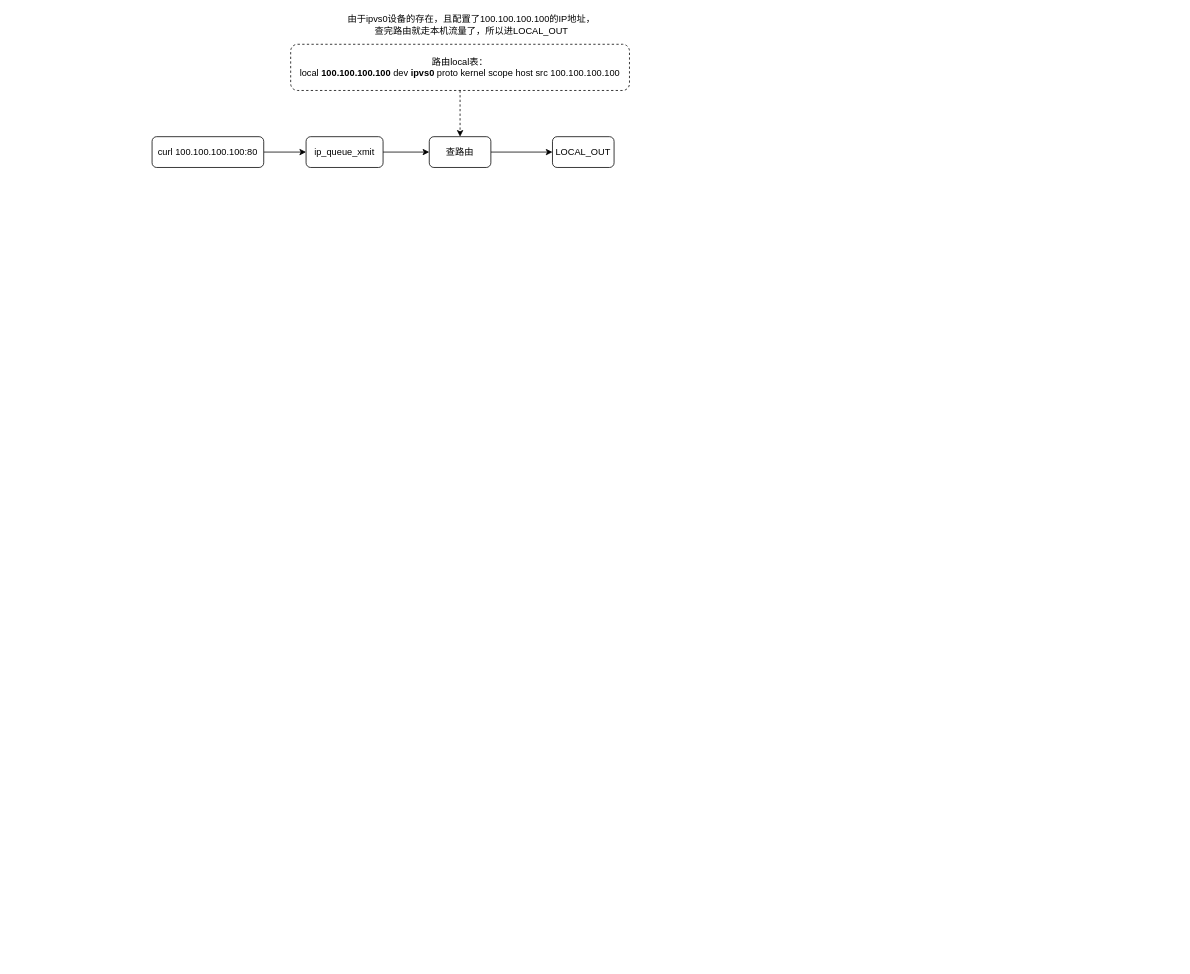
Earlier version of the draw.io diagram page "ipvs-test-skbpath" (3 of 3) of loadbalance.drawio (Richard-Joe/draw-io). Source tidied: cells renumbered, new cells numbered last; positions are measured from the earlier drawing's top-left corner, leaving out a move shared by most shapes. Both pictures are drawn from the tidied source at 77%, with x=0, y=0 at pixel (152, 13).
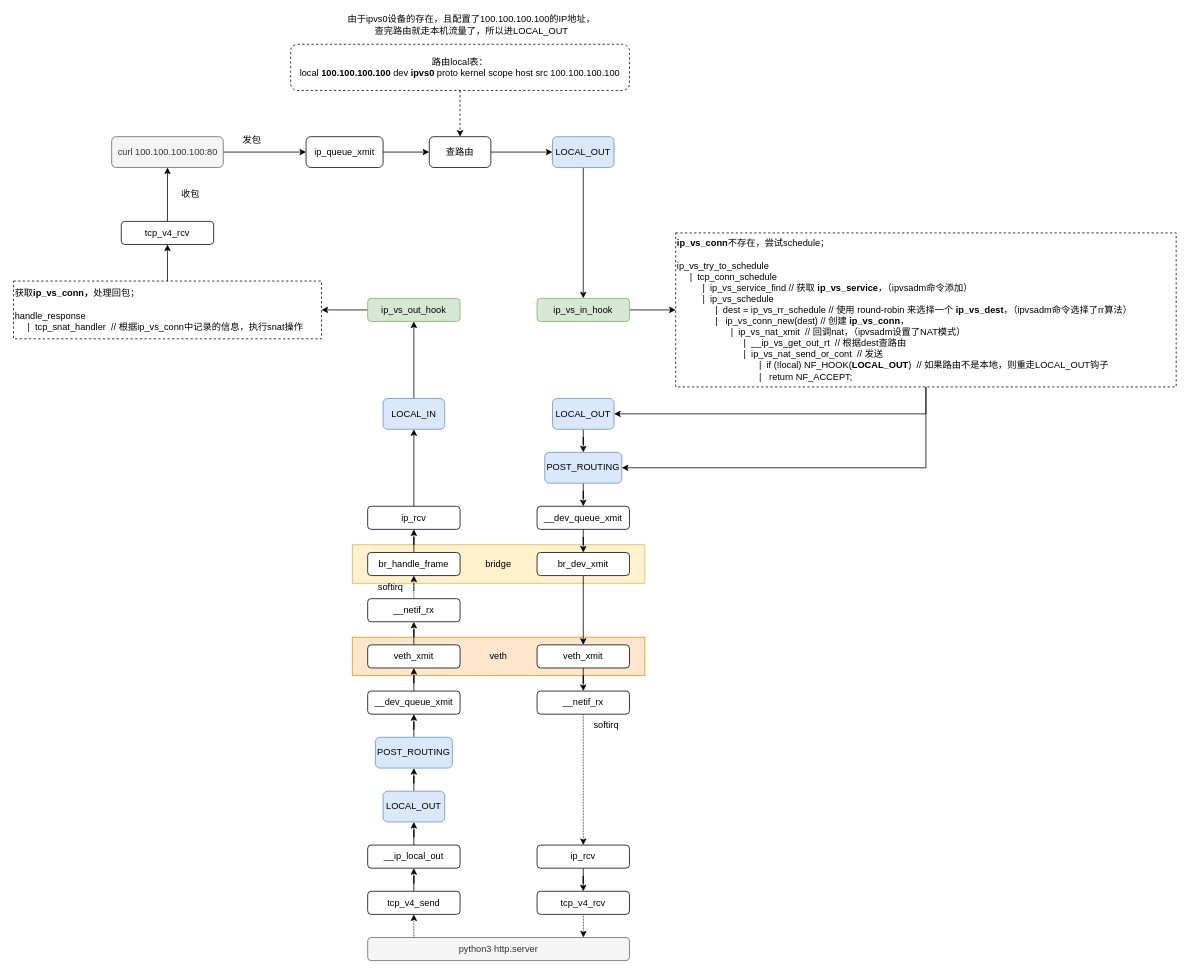
The same diagram, later.

Change to the diagram source:
```diff
@@
+    <mxCell id="12" value="veth" style="text;html=1;strokeColor=#d79b00;fillColor=#ffe6cc;align=center;verticalAlign=middle;whiteSpace=wrap;rounded=0;" parent="1" vertex="1">
+      <mxGeometry x="260" y="810" width="380" height="50" as="geometry" />
+    </mxCell>
+    <mxCell id="13" value="bridge" style="text;html=1;strokeColor=#d6b656;fillColor=#fff2cc;align=center;verticalAlign=middle;whiteSpace=wrap;rounded=0;" parent="1" vertex="1">
+      <mxGeometry x="260" y="690" width="380" height="50" as="geometry" />
+    </mxCell>
@@
-    <mxCell id="3" value="curl 100.100.100.100:80" style="rounded=1;whiteSpace=wrap;html=1;" parent="1" vertex="1">
-      <mxGeometry y="160" width="145" height="40" as="geometry" />
+    <mxCell id="3" value="curl 100.100.100.100:80" style="rounded=1;whiteSpace=wrap;html=1;fillColor=#f5f5f5;fontColor=#333333;strokeColor=#666666;" parent="1" vertex="1">
+      <mxGeometry x="-52.5" y="160" width="145" height="40" as="geometry" />
     </mxCell>
@@
+    <mxCell id="14" style="edgeStyle=orthogonalEdgeStyle;rounded=0;jettySize=auto;html=1;" parent="1" edge="1" source="8" target="16">
+      <mxGeometry relative="1" as="geometry" />
+    </mxCell>
-    <mxCell id="8" value="LOCAL_OUT" style="rounded=1;whiteSpace=wrap;html=1;" parent="1" vertex="1">
+    <mxCell id="8" value="LOCAL_OUT" style="rounded=1;whiteSpace=wrap;html=1;fillColor=#dae8fc;strokeColor=#6c8ebf;" parent="1" vertex="1">
       <mxGeometry x="520" y="160" width="80" height="40" as="geometry" />
     </mxCell>
@@
+    <mxCell id="15" style="edgeStyle=orthogonalEdgeStyle;rounded=0;jettySize=auto;html=1;startArrow=none;startFill=0;" parent="1" edge="1" source="16" target="18">
+      <mxGeometry relative="1" as="geometry" />
+    </mxCell>
+    <mxCell id="16" value="ip_vs_in_hook" style="rounded=1;whiteSpace=wrap;html=1;fillColor=#d5e8d4;strokeColor=#82b366;" parent="1" vertex="1">
+      <mxGeometry x="500" y="370" width="120" height="30" as="geometry" />
+    </mxCell>
+    <mxCell id="17" style="edgeStyle=orthogonalEdgeStyle;rounded=0;jettySize=auto;html=1;entryX=1;entryY=0.5;entryDx=0;entryDy=0;" parent="1" edge="1" source="18" target="20">
+      <mxGeometry relative="1" as="geometry">
+        <Array as="points">
+          <mxPoint x="1005" y="520" />
+        </Array>
+      </mxGeometry>
+    </mxCell>
+    <mxCell id="18" value="&lt;b&gt;ip_vs_conn&lt;/b&gt;不存在，尝试schedule；&lt;br&gt;&lt;br&gt;ip_vs_try_to_schedule&lt;br&gt;&amp;nbsp; &amp;nbsp; &amp;nbsp;|&amp;nbsp; tcp_conn_schedule&lt;br&gt;&amp;nbsp; &amp;nbsp; &amp;nbsp; &amp;nbsp; &amp;nbsp; |&amp;nbsp;&amp;nbsp;ip_vs_service_find // 获取 &lt;b&gt;ip_vs_service&lt;/b&gt;，（ipvsadm命令添加）&lt;br&gt;&amp;nbsp; &amp;nbsp; &amp;nbsp; &amp;nbsp; &amp;nbsp; |&amp;nbsp;&amp;nbsp;ip_vs_schedule&lt;br&gt;&amp;nbsp; &amp;nbsp; &amp;nbsp; &amp;nbsp; &amp;nbsp; &amp;nbsp; &amp;nbsp; &amp;nbsp;|&amp;nbsp; dest = ip_vs_rr_schedule // 使用 round-robin 来选择一个 &lt;b&gt;ip_vs_dest&lt;/b&gt;，（ipvsadm命令选择了rr算法）&lt;br&gt;&amp;nbsp; &amp;nbsp; &amp;nbsp; &amp;nbsp; &amp;nbsp; &amp;nbsp; &amp;nbsp; &amp;nbsp;|&amp;nbsp; &amp;nbsp;ip_vs_conn_new(dest) // 创建 &lt;b&gt;ip_vs_conn&lt;/b&gt;，&lt;br&gt;&amp;nbsp; &amp;nbsp; &amp;nbsp; &amp;nbsp; &amp;nbsp; &amp;nbsp; &amp;nbsp; &amp;nbsp; &amp;nbsp; &amp;nbsp; &amp;nbsp;|&amp;nbsp;&amp;nbsp;ip_vs_nat_xmit&amp;nbsp; // 回调nat，（ipvsadm设置了NAT模式）&lt;br&gt;&amp;nbsp; &amp;nbsp; &amp;nbsp; &amp;nbsp; &amp;nbsp; &amp;nbsp; &amp;nbsp; &amp;nbsp; &amp;nbsp; &amp;nbsp; &amp;nbsp; &amp;nbsp; &amp;nbsp; |&amp;nbsp;&amp;nbsp;__ip_vs_get_out_rt&amp;nbsp; // 根据dest查路由&lt;br&gt;&amp;nbsp; &amp;nbsp; &amp;nbsp; &amp;nbsp; &amp;nbsp; &amp;nbsp; &amp;nbsp; &amp;nbsp; &amp;nbsp; &amp;nbsp; &amp;nbsp; &amp;nbsp; &amp;nbsp; |&amp;nbsp;&amp;nbsp;ip_vs_nat_send_or_cont&amp;nbsp; // 发送&lt;br&gt;&amp;nbsp; &amp;nbsp; &amp;nbsp; &amp;nbsp; &amp;nbsp; &amp;nbsp; &amp;nbsp; &amp;nbsp; &amp;nbsp; &amp;nbsp; &amp;nbsp; &amp;nbsp; &amp;nbsp; &amp;nbsp; &amp;nbsp; &amp;nbsp; |&amp;nbsp; if (!local) NF_HOOK(&lt;b&gt;LOCAL_OUT&lt;/b&gt;)&amp;nbsp; // 如果路由不是本地，则重走LOCAL_OUT钩子&lt;br&gt;&amp;nbsp; &amp;nbsp; &amp;nbsp; &amp;nbsp; &amp;nbsp; &amp;nbsp; &amp;nbsp; &amp;nbsp; &amp;nbsp; &amp;nbsp; &amp;nbsp; &amp;nbsp; &amp;nbsp; &amp;nbsp; &amp;nbsp; &amp;nbsp; |&amp;nbsp; &amp;nbsp;return NF_ACCEPT;" style="rounded=0;whiteSpace=wrap;html=1;align=left;dashed=1;" parent="1" vertex="1">
+      <mxGeometry x="680" y="285" width="650" height="200" as="geometry" />
+    </mxCell>
+    <mxCell id="19" style="edgeStyle=orthogonalEdgeStyle;rounded=0;jettySize=auto;html=1;" parent="1" edge="1" source="20" target="22">
+      <mxGeometry relative="1" as="geometry" />
+    </mxCell>
+    <mxCell id="20" value="LOCAL_OUT" style="rounded=1;whiteSpace=wrap;html=1;fillColor=#dae8fc;strokeColor=#6c8ebf;" parent="1" vertex="1">
+      <mxGeometry x="520" y="500" width="80" height="40" as="geometry" />
+    </mxCell>
+    <mxCell id="21" style="edgeStyle=orthogonalEdgeStyle;rounded=0;jettySize=auto;html=1;" parent="1" edge="1" source="22" target="24">
+      <mxGeometry relative="1" as="geometry" />
+    </mxCell>
+    <mxCell id="22" value="POST_ROUTING" style="rounded=1;whiteSpace=wrap;html=1;fillColor=#dae8fc;strokeColor=#6c8ebf;" parent="1" vertex="1">
+      <mxGeometry x="510" y="570" width="100" height="40" as="geometry" />
+    </mxCell>
+    <mxCell id="23" style="edgeStyle=orthogonalEdgeStyle;rounded=0;jettySize=auto;html=1;" parent="1" edge="1" source="24" target="26">
+      <mxGeometry relative="1" as="geometry" />
+    </mxCell>
+    <mxCell id="24" value="__dev_queue_xmit" style="rounded=1;whiteSpace=wrap;html=1;" parent="1" vertex="1">
+      <mxGeometry x="500" y="640" width="120" height="30" as="geometry" />
+    </mxCell>
+    <mxCell id="25" style="edgeStyle=orthogonalEdgeStyle;rounded=0;jettySize=auto;html=1;" parent="1" edge="1" source="26" target="29">
+      <mxGeometry relative="1" as="geometry" />
+    </mxCell>
+    <mxCell id="26" value="br_dev_xmit" style="rounded=1;whiteSpace=wrap;html=1;" parent="1" vertex="1">
+      <mxGeometry x="500" y="700" width="120" height="30" as="geometry" />
+    </mxCell>
+    <mxCell id="27" style="edgeStyle=orthogonalEdgeStyle;rounded=0;jettySize=auto;html=1;entryX=1;entryY=0.5;entryDx=0;entryDy=0;exitX=0.5;exitY=1;exitDx=0;exitDy=0;" parent="1" edge="1" source="18" target="22">
+      <mxGeometry relative="1" as="geometry">
+        <Array as="points">
+          <mxPoint x="1005" y="590" />
+        </Array>
+      </mxGeometry>
+    </mxCell>
+    <mxCell id="28" style="edgeStyle=orthogonalEdgeStyle;rounded=0;jettySize=auto;html=1;" parent="1" edge="1" source="29" target="31">
+      <mxGeometry relative="1" as="geometry" />
+    </mxCell>
+    <mxCell id="29" value="veth_xmit" style="rounded=1;whiteSpace=wrap;html=1;" parent="1" vertex="1">
+      <mxGeometry x="500" y="820" width="120" height="30" as="geometry" />
+    </mxCell>
+    <mxCell id="30" style="edgeStyle=orthogonalEdgeStyle;rounded=0;jettySize=auto;html=1;dashed=1;dashPattern=1 1;" parent="1" edge="1" source="31" target="33">
+      <mxGeometry relative="1" as="geometry" />
+    </mxCell>
+    <mxCell id="31" value="__netif_rx" style="rounded=1;whiteSpace=wrap;html=1;" parent="1" vertex="1">
+      <mxGeometry x="500" y="880" width="120" height="30" as="geometry" />
+    </mxCell>
+    <mxCell id="32" style="edgeStyle=orthogonalEdgeStyle;rounded=0;jettySize=auto;html=1;" parent="1" edge="1" source="33" target="36">
+      <mxGeometry relative="1" as="geometry" />
+    </mxCell>
+    <mxCell id="33" value="ip_rcv" style="rounded=1;whiteSpace=wrap;html=1;" parent="1" vertex="1">
+      <mxGeometry x="500" y="1080" width="120" height="30" as="geometry" />
+    </mxCell>
+    <mxCell id="34" value="softirq" style="text;html=1;strokeColor=none;fillColor=none;align=center;verticalAlign=middle;whiteSpace=wrap;rounded=0;" parent="1" vertex="1">
+      <mxGeometry x="560" y="910" width="60" height="30" as="geometry" />
+    </mxCell>
+    <mxCell id="35" style="edgeStyle=orthogonalEdgeStyle;rounded=0;jettySize=auto;html=1;dashed=1;dashPattern=1 1;entryX=0.824;entryY=0;entryDx=0;entryDy=0;entryPerimeter=0;" parent="1" edge="1" source="36" target="37">
+      <mxGeometry relative="1" as="geometry">
+        <Array as="points">
+          <mxPoint x="560" y="1200" />
+          <mxPoint x="560" y="1200" />
+        </Array>
+      </mxGeometry>
+    </mxCell>
+    <mxCell id="36" value="tcp_v4_rcv" style="rounded=1;whiteSpace=wrap;html=1;" parent="1" vertex="1">
+      <mxGeometry x="500" y="1140" width="120" height="30" as="geometry" />
+    </mxCell>
+    <mxCell id="37" value="python3 http.server" style="rounded=1;whiteSpace=wrap;html=1;fillColor=#f5f5f5;fontColor=#333333;strokeColor=#666666;" parent="1" vertex="1">
+      <mxGeometry x="280" y="1200" width="340" height="30" as="geometry" />
+    </mxCell>
+    <mxCell id="38" style="edgeStyle=orthogonalEdgeStyle;rounded=0;jettySize=auto;html=1;" parent="1" edge="1" source="39" target="41">
+      <mxGeometry relative="1" as="geometry" />
+    </mxCell>
+    <mxCell id="39" value="tcp_v4_send" style="rounded=1;whiteSpace=wrap;html=1;" parent="1" vertex="1">
+      <mxGeometry x="280" y="1140" width="120" height="30" as="geometry" />
+    </mxCell>
+    <mxCell id="40" style="edgeStyle=orthogonalEdgeStyle;rounded=0;jettySize=auto;html=1;" parent="1" edge="1" source="41" target="43">
+      <mxGeometry relative="1" as="geometry" />
+    </mxCell>
+    <mxCell id="41" value="__ip_local_out" style="rounded=1;whiteSpace=wrap;html=1;" parent="1" vertex="1">
+      <mxGeometry x="280" y="1080" width="120" height="30" as="geometry" />
+    </mxCell>
+    <mxCell id="42" style="edgeStyle=orthogonalEdgeStyle;rounded=0;jettySize=auto;html=1;" parent="1" edge="1" source="43" target="45">
+      <mxGeometry relative="1" as="geometry" />
+    </mxCell>
+    <mxCell id="43" value="LOCAL_OUT" style="rounded=1;whiteSpace=wrap;html=1;fillColor=#dae8fc;strokeColor=#6c8ebf;" parent="1" vertex="1">
+      <mxGeometry x="300" y="1010" width="80" height="40" as="geometry" />
+    </mxCell>
+    <mxCell id="44" style="edgeStyle=orthogonalEdgeStyle;rounded=0;jettySize=auto;html=1;" parent="1" edge="1" source="45" target="47">
+      <mxGeometry relative="1" as="geometry" />
+    </mxCell>
+    <mxCell id="45" value="POST_ROUTING" style="rounded=1;whiteSpace=wrap;html=1;fillColor=#dae8fc;strokeColor=#6c8ebf;" parent="1" vertex="1">
+      <mxGeometry x="290" y="940" width="100" height="40" as="geometry" />
+    </mxCell>
+    <mxCell id="46" style="edgeStyle=orthogonalEdgeStyle;rounded=0;jettySize=auto;html=1;" parent="1" edge="1" source="47" target="49">
+      <mxGeometry relative="1" as="geometry" />
+    </mxCell>
+    <mxCell id="47" value="__dev_queue_xmit" style="rounded=1;whiteSpace=wrap;html=1;" parent="1" vertex="1">
+      <mxGeometry x="280" y="880" width="120" height="30" as="geometry" />
+    </mxCell>
+    <mxCell id="48" style="edgeStyle=orthogonalEdgeStyle;rounded=0;jettySize=auto;html=1;" parent="1" edge="1" source="49" target="51">
+      <mxGeometry relative="1" as="geometry" />
+    </mxCell>
+    <mxCell id="49" value="veth_xmit" style="rounded=1;whiteSpace=wrap;html=1;" parent="1" vertex="1">
+      <mxGeometry x="280" y="820" width="120" height="30" as="geometry" />
+    </mxCell>
+    <mxCell id="50" style="edgeStyle=orthogonalEdgeStyle;rounded=0;jettySize=auto;html=1;dashed=1;dashPattern=1 1;" parent="1" edge="1" source="51" target="53">
+      <mxGeometry relative="1" as="geometry" />
+    </mxCell>
+    <mxCell id="51" value="__netif_rx" style="rounded=1;whiteSpace=wrap;html=1;" parent="1" vertex="1">
+      <mxGeometry x="280" y="760" width="120" height="30" as="geometry" />
+    </mxCell>
+    <mxCell id="52" style="edgeStyle=orthogonalEdgeStyle;rounded=0;jettySize=auto;html=1;" parent="1" edge="1" source="53" target="55">
+      <mxGeometry relative="1" as="geometry" />
+    </mxCell>
+    <mxCell id="53" value="br_handle_frame" style="rounded=1;whiteSpace=wrap;html=1;" parent="1" vertex="1">
+      <mxGeometry x="280" y="700" width="120" height="30" as="geometry" />
+    </mxCell>
+    <mxCell id="54" style="edgeStyle=orthogonalEdgeStyle;rounded=0;jettySize=auto;html=1;" parent="1" edge="1" source="55" target="57">
+      <mxGeometry relative="1" as="geometry" />
+    </mxCell>
+    <mxCell id="55" value="ip_rcv" style="rounded=1;whiteSpace=wrap;html=1;" parent="1" vertex="1">
+      <mxGeometry x="280" y="640" width="120" height="30" as="geometry" />
+    </mxCell>
+    <mxCell id="56" style="edgeStyle=orthogonalEdgeStyle;rounded=0;jettySize=auto;html=1;" parent="1" edge="1" source="57" target="59">
+      <mxGeometry relative="1" as="geometry" />
+    </mxCell>
+    <mxCell id="57" value="LOCAL_IN" style="rounded=1;whiteSpace=wrap;html=1;fillColor=#dae8fc;strokeColor=#6c8ebf;" parent="1" vertex="1">
+      <mxGeometry x="300" y="500" width="80" height="40" as="geometry" />
+    </mxCell>
+    <mxCell id="58" style="edgeStyle=orthogonalEdgeStyle;rounded=0;jettySize=auto;html=1;" parent="1" edge="1" source="59" target="62">
+      <mxGeometry relative="1" as="geometry" />
+    </mxCell>
+    <mxCell id="59" value="ip_vs_out_hook" style="rounded=1;whiteSpace=wrap;html=1;fillColor=#d5e8d4;strokeColor=#82b366;" parent="1" vertex="1">
+      <mxGeometry x="280" y="370" width="120" height="30" as="geometry" />
+    </mxCell>
+    <mxCell id="60" value="softirq" style="text;html=1;strokeColor=none;fillColor=none;align=center;verticalAlign=middle;whiteSpace=wrap;rounded=0;" parent="1" vertex="1">
+      <mxGeometry x="280" y="730" width="60" height="30" as="geometry" />
+    </mxCell>
+    <mxCell id="61" style="edgeStyle=orthogonalEdgeStyle;rounded=0;jettySize=auto;html=1;" parent="1" edge="1" source="62" target="64">
+      <mxGeometry relative="1" as="geometry" />
+    </mxCell>
+    <mxCell id="62" value="获取&lt;b&gt;ip_vs_conn，&lt;/b&gt;处理回包；&lt;br&gt;&lt;br&gt;handle_response&lt;br&gt;&amp;nbsp; &amp;nbsp; &amp;nbsp;|&amp;nbsp; tcp_snat_handler&amp;nbsp; // 根据ip_vs_conn中记录的信息，执行snat操作&lt;br&gt;" style="rounded=0;whiteSpace=wrap;html=1;align=left;dashed=1;" parent="1" vertex="1">
+      <mxGeometry x="-180" y="347.5" width="400" height="75" as="geometry" />
+    </mxCell>
+    <mxCell id="63" style="edgeStyle=orthogonalEdgeStyle;rounded=0;jettySize=auto;html=1;" parent="1" edge="1" source="64" target="3">
+      <mxGeometry relative="1" as="geometry" />
+    </mxCell>
+    <mxCell id="64" value="tcp_v4_rcv" style="rounded=1;whiteSpace=wrap;html=1;" parent="1" vertex="1">
+      <mxGeometry x="-40" y="270" width="120" height="30" as="geometry" />
+    </mxCell>
+    <mxCell id="65" value="发包" style="text;html=1;strokeColor=none;fillColor=none;align=center;verticalAlign=middle;whiteSpace=wrap;rounded=0;" parent="1" vertex="1">
+      <mxGeometry x="100" y="150" width="60" height="30" as="geometry" />
+    </mxCell>
+    <mxCell id="66" value="收包" style="text;html=1;strokeColor=none;fillColor=none;align=center;verticalAlign=middle;whiteSpace=wrap;rounded=0;" parent="1" vertex="1">
+      <mxGeometry x="20" y="220" width="60" height="30" as="geometry" />
+    </mxCell>
+    <mxCell id="67" style="edgeStyle=orthogonalEdgeStyle;rounded=0;jettySize=auto;html=1;dashed=1;dashPattern=1 1;entryX=0.5;entryY=1;entryDx=0;entryDy=0;" parent="1" edge="1" target="39">
+      <mxGeometry relative="1" as="geometry">
+        <mxPoint x="340" y="1200" as="sourcePoint" />
+      </mxGeometry>
+    </mxCell>
```
